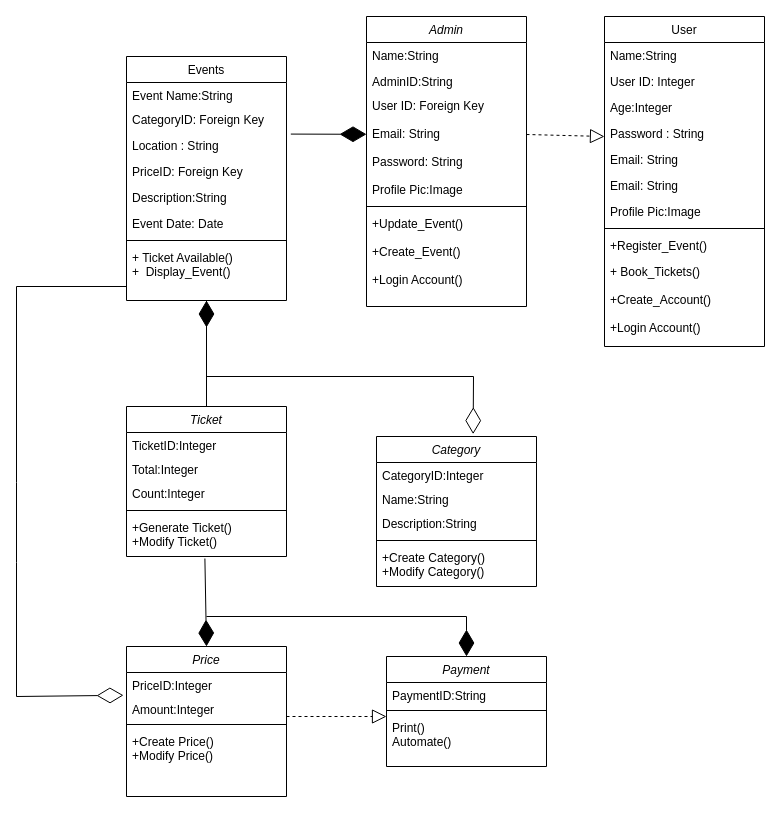
Above: Untitled Diagram.drawio in Stormtroopper/HTML-layout-learning (draw.io), before the change. Source tidied: cells renumbered, new cells numbered last; positions are measured from the earlier drawing's top-left corner, leaving out a move shared by most shapes. Both pictures are drawn from the tidied source at 100%, with x=0, y=0 at pixel (16, 16).
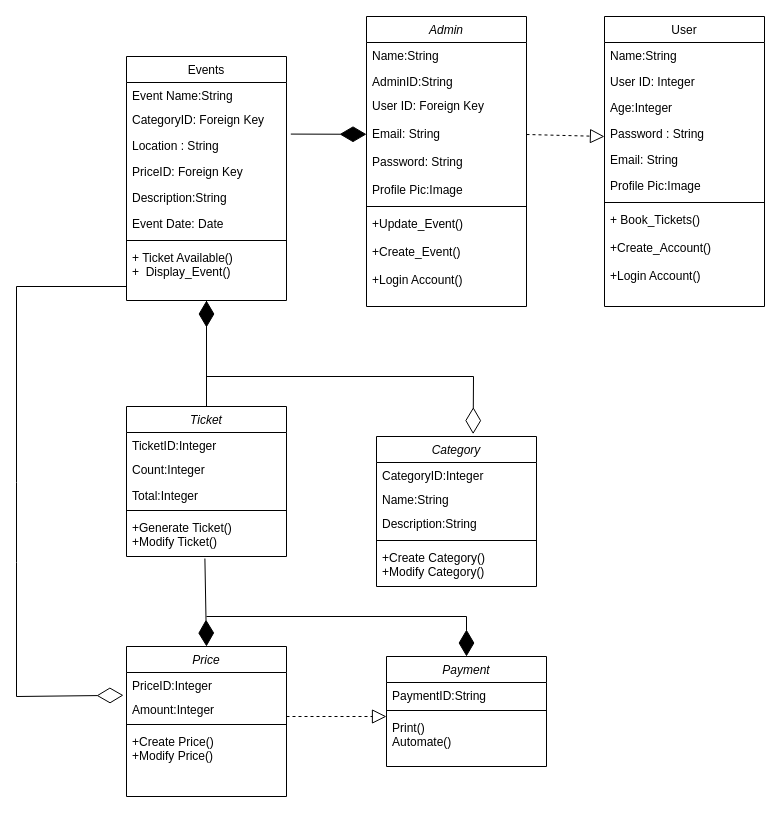
The same diagram, later.

The change refers to these unchanged cells:
```xml
<mxCell id="30" value="Ticket" style="swimlane;fontStyle=2;align=center;verticalAlign=top;horizontal=1;startSize=26;rounded=0;shadow=0;strokeWidth=1;" parent="1" vertex="1">
  <mxGeometry x="110" y="390" width="160" height="150" as="geometry" />
</mxCell>
```

Diff of the diagram source:
```diff
@@
     <mxCell id="18" value="User" style="swimlane;fontStyle=0;align=center;verticalAlign=top;horizontal=1;startSize=26;rounded=0;shadow=0;strokeWidth=1;" parent="1" vertex="1">
-      <mxGeometry x="588" width="160" height="330" as="geometry" />
+      <mxGeometry x="588" width="160" height="290" as="geometry" />
     </mxCell>
@@
-    <mxCell id="24" value="Email: String" style="text;align=left;verticalAlign=top;spacingLeft=4;spacingRight=4;overflow=hidden;rounded=0;shadow=0;html=0;" parent="18" vertex="1">
-      <mxGeometry y="156" width="160" height="26" as="geometry" />
-    </mxCell>
     <mxCell id="25" value="Profile Pic:Image" style="text;align=left;verticalAlign=top;spacingLeft=4;spacingRight=4;overflow=hidden;rounded=0;shadow=0;html=0;" parent="18" vertex="1">
-      <mxGeometry y="182" width="160" height="26" as="geometry" />
+      <mxGeometry y="156" width="160" height="26" as="geometry" />
     </mxCell>
     <mxCell id="26" style="line;html=1;strokeWidth=1;align=left;verticalAlign=middle;spacingTop=-1;spacingLeft=3;spacingRight=3;labelPosition=right;" parent="18" vertex="1">
-      <mxGeometry y="208" width="160" height="8" as="geometry" />
+      <mxGeometry y="182" width="160" height="8" as="geometry" />
     </mxCell>
-    <mxCell id="27" value="+Register_Event() " style="text;align=left;verticalAlign=top;spacingLeft=4;spacingRight=4;overflow=hidden;" parent="18" vertex="1">
-      <mxGeometry y="216" width="160" height="26" as="geometry" />
-    </mxCell>
     <mxCell id="28" value="+ Book_Tickets()&#10; &#10;+Create_Account()&#10;&#10;+Login Account()&#10;" style="text;align=left;verticalAlign=top;spacingLeft=4;spacingRight=4;overflow=hidden;" parent="18" vertex="1">
-      <mxGeometry y="242" width="160" height="88" as="geometry" />
+      <mxGeometry y="190" width="160" height="88" as="geometry" />
     </mxCell>
@@
+    <mxCell id="33" value="Count:Integer" style="text;align=left;verticalAlign=top;spacingLeft=4;spacingRight=4;overflow=hidden;rounded=0;shadow=0;html=0;" parent="30" vertex="1">
+      <mxGeometry y="50" width="160" height="26" as="geometry" />
+    </mxCell>
     <mxCell id="32" value="Total:Integer" style="text;align=left;verticalAlign=top;spacingLeft=4;spacingRight=4;overflow=hidden;" parent="30" vertex="1">
-      <mxGeometry y="50" width="160" height="24" as="geometry" />
+      <mxGeometry y="76" width="160" height="24" as="geometry" />
     </mxCell>
-    <mxCell id="33" value="Count:Integer" style="text;align=left;verticalAlign=top;spacingLeft=4;spacingRight=4;overflow=hidden;rounded=0;shadow=0;html=0;" parent="30" vertex="1">
-      <mxGeometry y="74" width="160" height="26" as="geometry" />
-    </mxCell>
```
